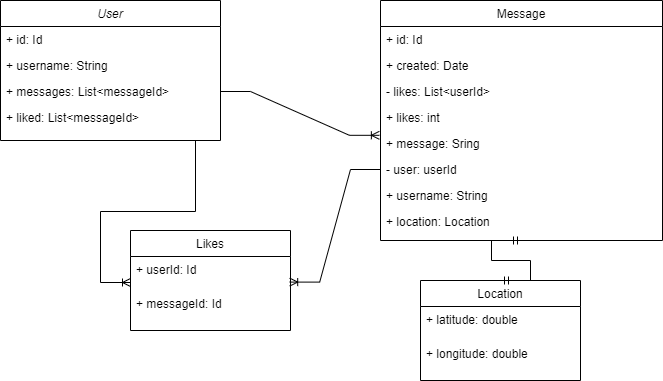
The draw.io diagram pictures/kalle.studio.models.png in veliValentine/kalles-app, before a commit. Source tidied: cells renumbered, new cells last; positions are measured from the earlier drawing's top-left corner, leaving out a move shared by most shapes.
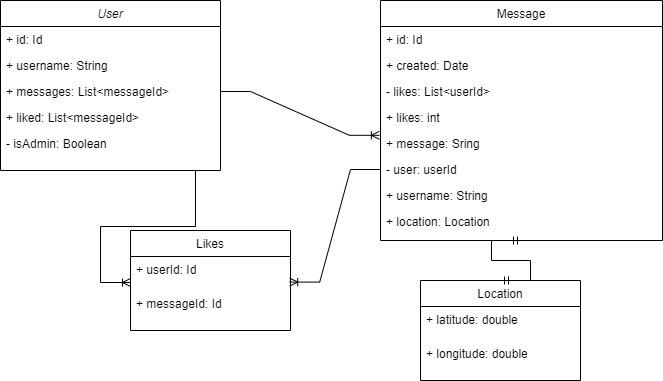
After the commit.

Change to the diagram source:
```diff
@@ -1,9 +1,9 @@
 <mxGraphModel>
   <root>
-    <mxCell id="0" />
-    <mxCell id="1" parent="0" />
+    <mxCell id="26" />
+    <mxCell id="27" parent="26" />
-    <mxCell id="2" value="User" style="swimlane;fontStyle=2;align=center;verticalAlign=top;horizontal=1;startSize=26;rounded=0;shadow=0;strokeWidth=1;" parent="1" vertex="1">
-      <mxGeometry width="220" height="140" as="geometry" />
+    <mxCell id="2" value="User" style="swimlane;fontStyle=2;align=center;verticalAlign=top;horizontal=1;startSize=26;rounded=0;shadow=0;strokeWidth=1;" parent="27" vertex="1">
+      <mxGeometry width="220" height="170" as="geometry" />
     </mxCell>
     <mxCell id="3" value="+ id: Id" style="text;align=left;verticalAlign=top;spacingLeft=4;spacingRight=4;overflow=hidden;" parent="2" vertex="1">
       <mxGeometry y="26" width="220" height="26" as="geometry" />
@@ -17,7 +17,10 @@
     <mxCell id="6" value="+ liked: List&lt;messageId&gt;" style="text;align=left;verticalAlign=top;spacingLeft=4;spacingRight=4;overflow=hidden;rounded=0;shadow=0;html=0;" parent="2" vertex="1">
       <mxGeometry y="104" width="220" height="26" as="geometry" />
     </mxCell>
+    <mxCell id="28" value="- isAdmin: Boolean" style="text;align=left;verticalAlign=top;spacingLeft=4;spacingRight=4;overflow=hidden;rounded=0;shadow=0;html=0;" parent="2" vertex="1">
+      <mxGeometry y="130" width="220" height="26" as="geometry" />
+    </mxCell>
-    <mxCell id="7" value="Location" style="swimlane;fontStyle=0;align=center;verticalAlign=top;horizontal=1;startSize=26;rounded=0;shadow=0;strokeWidth=1;" parent="1" vertex="1">
+    <mxCell id="7" value="Location" style="swimlane;fontStyle=0;align=center;verticalAlign=top;horizontal=1;startSize=26;rounded=0;shadow=0;strokeWidth=1;" parent="27" vertex="1">
       <mxGeometry x="420" y="280" width="160" height="100" as="geometry" />
     </mxCell>
     <mxCell id="8" value="+ latitude: double" style="text;align=left;verticalAlign=top;spacingLeft=4;spacingRight=4;overflow=hidden;" parent="7" vertex="1">
@@ -26,7 +29,7 @@
     <mxCell id="9" value="+ longitude: double" style="text;align=left;verticalAlign=top;spacingLeft=4;spacingRight=4;overflow=hidden;" parent="7" vertex="1">
       <mxGeometry y="60" width="160" height="34" as="geometry" />
     </mxCell>
-    <mxCell id="10" value="Message" style="swimlane;fontStyle=0;align=center;verticalAlign=top;horizontal=1;startSize=26;rounded=0;shadow=0;strokeWidth=1;" parent="1" vertex="1">
+    <mxCell id="10" value="Message" style="swimlane;fontStyle=0;align=center;verticalAlign=top;horizontal=1;startSize=26;rounded=0;shadow=0;strokeWidth=1;" parent="27" vertex="1">
       <mxGeometry x="380" width="282" height="240" as="geometry" />
     </mxCell>
     <mxCell id="11" value="+ id: Id" style="text;align=left;verticalAlign=top;spacingLeft=4;spacingRight=4;overflow=hidden;" parent="10" vertex="1">
@@ -53,7 +56,7 @@
     <mxCell id="18" value="+ location: Location" style="text;align=left;verticalAlign=top;spacingLeft=4;spacingRight=4;overflow=hidden;rounded=0;shadow=0;html=0;" parent="10" vertex="1">
       <mxGeometry y="208" width="282" height="26" as="geometry" />
     </mxCell>
-    <mxCell id="19" value="Likes" style="swimlane;fontStyle=0;align=center;verticalAlign=top;horizontal=1;startSize=26;rounded=0;shadow=0;strokeWidth=1;" parent="1" vertex="1">
+    <mxCell id="19" value="Likes" style="swimlane;fontStyle=0;align=center;verticalAlign=top;horizontal=1;startSize=26;rounded=0;shadow=0;strokeWidth=1;" parent="27" vertex="1">
       <mxGeometry x="130" y="230" width="160" height="100" as="geometry" />
     </mxCell>
     <mxCell id="20" value="+ userId: Id" style="text;align=left;verticalAlign=top;spacingLeft=4;spacingRight=4;overflow=hidden;points=[[0,0.5],[1,0.5]];portConstraint=eastwest;" parent="19" vertex="1">
@@ -62,18 +65,18 @@
     <mxCell id="21" value="+ messageId: Id" style="text;align=left;verticalAlign=top;spacingLeft=4;spacingRight=4;overflow=hidden;" parent="19" vertex="1">
       <mxGeometry y="60" width="160" height="34" as="geometry" />
     </mxCell>
-    <mxCell id="22" style="edgeStyle=entityRelationEdgeStyle;fontSize=12;html=1;endArrow=ERoneToMany;rounded=0;exitX=1;exitY=0.5;exitDx=0;exitDy=0;entryX=-0.004;entryY=0.185;entryDx=0;entryDy=0;entryPerimeter=0;" parent="1" edge="1" source="5" target="15">
+    <mxCell id="22" style="edgeStyle=entityRelationEdgeStyle;fontSize=12;html=1;endArrow=ERoneToMany;rounded=0;exitX=1;exitY=0.5;exitDx=0;exitDy=0;entryX=-0.004;entryY=0.185;entryDx=0;entryDy=0;entryPerimeter=0;" parent="27" edge="1" source="5" target="15">
       <mxGeometry relative="1" as="geometry" />
     </mxCell>
-    <mxCell id="23" style="edgeStyle=entityRelationEdgeStyle;fontSize=12;html=1;endArrow=ERoneToMany;rounded=0;exitX=0.75;exitY=1;exitDx=0;exitDy=0;" parent="1" edge="1" source="2">
-      <mxGeometry relative="1" as="geometry">
-        <mxPoint x="130" y="282" as="targetPoint" />
-      </mxGeometry>
-    </mxCell>
+    <mxCell id="29" style="edgeStyle=entityRelationEdgeStyle;fontSize=12;html=1;endArrow=ERoneToMany;rounded=0;exitX=0.75;exitY=1;exitDx=0;exitDy=0;" parent="27" edge="1" source="2">
+      <mxGeometry relative="1" as="geometry">
+        <mxPoint x="130" y="282" as="targetPoint" />
+      </mxGeometry>
+    </mxCell>
-    <mxCell id="24" style="edgeStyle=entityRelationEdgeStyle;fontSize=12;html=1;endArrow=ERoneToMany;rounded=0;entryX=0.995;entryY=0.753;entryDx=0;entryDy=0;entryPerimeter=0;exitX=0;exitY=0.5;exitDx=0;exitDy=0;" parent="1" edge="1" source="16" target="20">
+    <mxCell id="24" style="edgeStyle=entityRelationEdgeStyle;fontSize=12;html=1;endArrow=ERoneToMany;rounded=0;entryX=0.995;entryY=0.753;entryDx=0;entryDy=0;entryPerimeter=0;exitX=0;exitY=0.5;exitDx=0;exitDy=0;" parent="27" edge="1" source="16" target="20">
       <mxGeometry relative="1" as="geometry" />
     </mxCell>
-    <mxCell id="25" style="edgeStyle=entityRelationEdgeStyle;fontSize=12;html=1;endArrow=ERmandOne;startArrow=ERmandOne;rounded=0;entryX=0.5;entryY=1;entryDx=0;entryDy=0;exitX=0.5;exitY=0;exitDx=0;exitDy=0;" parent="1" edge="1" source="7" target="10">
+    <mxCell id="25" style="edgeStyle=entityRelationEdgeStyle;fontSize=12;html=1;endArrow=ERmandOne;startArrow=ERmandOne;rounded=0;entryX=0.5;entryY=1;entryDx=0;entryDy=0;exitX=0.5;exitY=0;exitDx=0;exitDy=0;" parent="27" edge="1" source="7" target="10">
       <mxGeometry relative="1" as="geometry" />
     </mxCell>
   </root>
```
